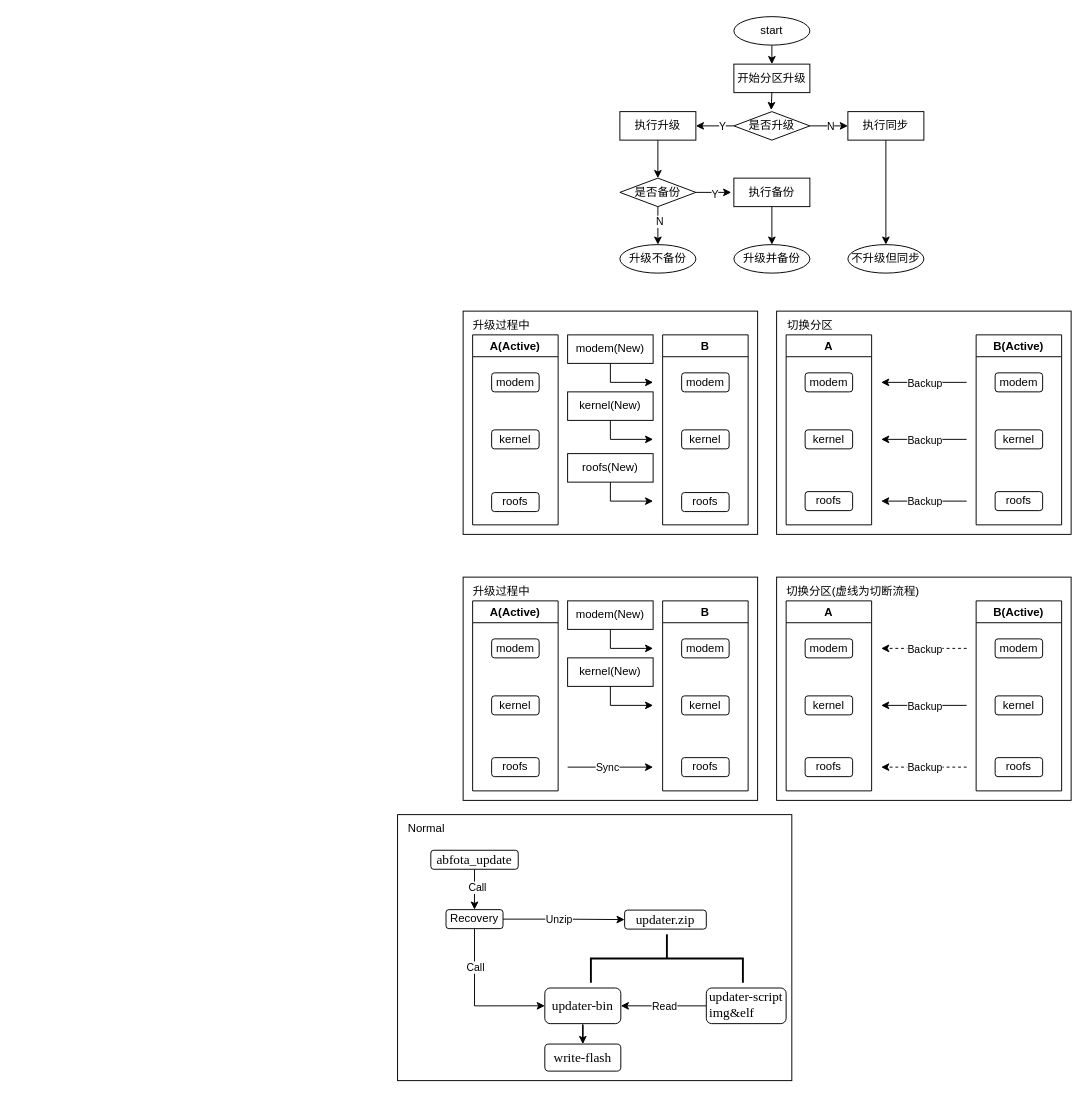
Before: Sagemcom AB升级定制.drawio in chenxiahuaxu/drawio-app-data, a draw.io diagram. Source tidied: cells renumbered, new cells numbered last; positions are measured from the earlier drawing's top-left corner, leaving out a move shared by most shapes. Both pictures are drawn from the tidied source at 95%, with x=0, y=0 at pixel (397, 16).
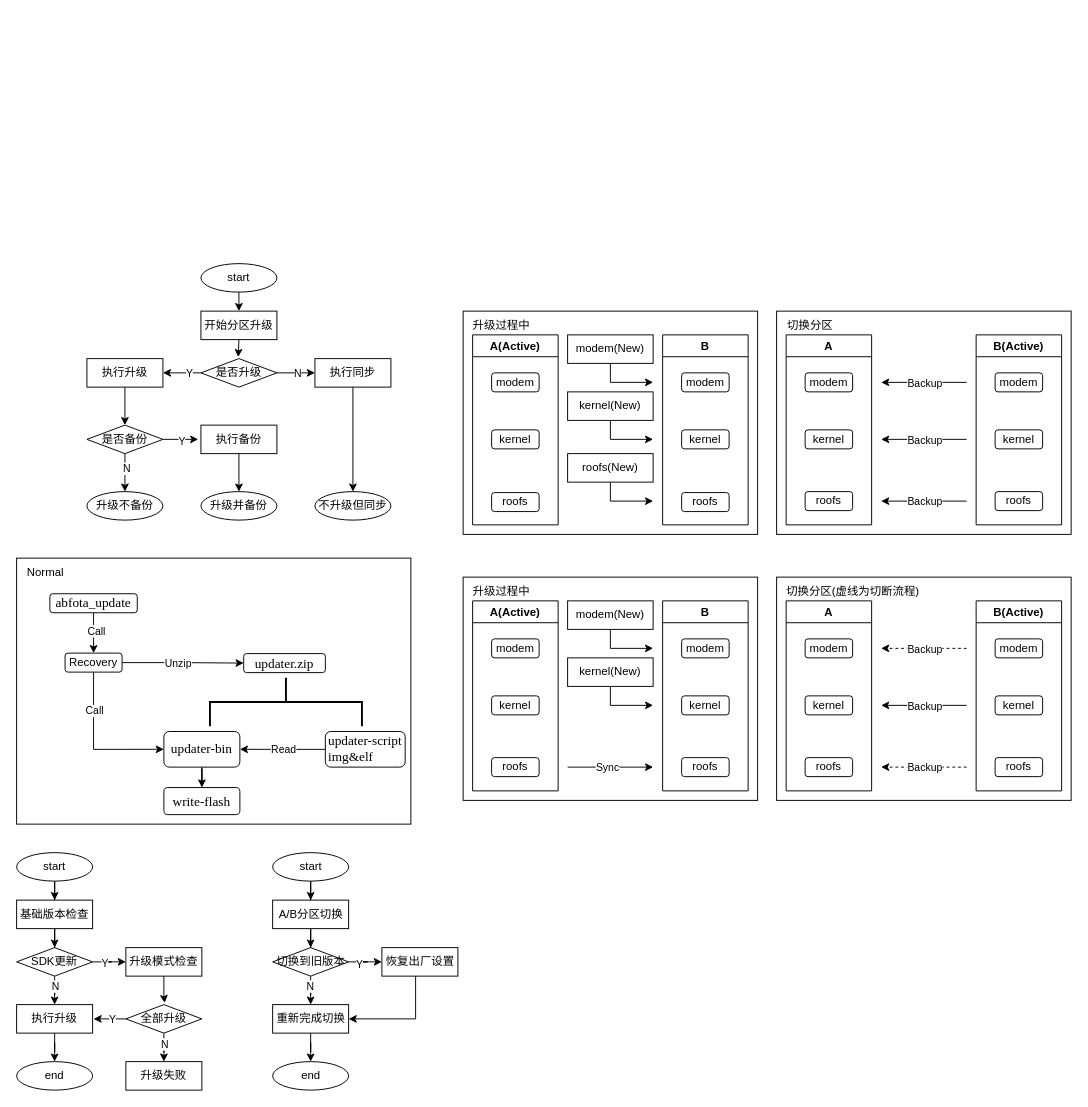
Above is the later version.

Commit message:
更新Sagemcom AB升级定制.drawio

Diff of the diagram source:
```diff
@@
     <mxCell id="4" value="start" style="ellipse;whiteSpace=wrap;html=1;" parent="1" vertex="1">
-      <mxGeometry x="354" width="80" height="30" as="geometry" />
+      <mxGeometry x="-207" y="260" width="80" height="30" as="geometry" />
     </mxCell>
     <mxCell id="5" value="开始分区升级" style="rounded=0;whiteSpace=wrap;html=1;" parent="1" vertex="1">
-      <mxGeometry x="354" y="50" width="80" height="30" as="geometry" />
+      <mxGeometry x="-207" y="310" width="80" height="30" as="geometry" />
     </mxCell>
@@
     <mxCell id="10" value="是否升级" style="rhombus;whiteSpace=wrap;html=1;" parent="1" vertex="1">
-      <mxGeometry x="354" y="100" width="80" height="30" as="geometry" />
+      <mxGeometry x="-207" y="360" width="80" height="30" as="geometry" />
     </mxCell>
@@
     <mxCell id="12" value="执行升级" style="rounded=0;whiteSpace=wrap;html=1;" parent="1" vertex="1">
-      <mxGeometry x="234" y="100" width="80" height="30" as="geometry" />
+      <mxGeometry x="-327" y="360" width="80" height="30" as="geometry" />
     </mxCell>
@@
     <mxCell id="15" value="是否备份" style="rhombus;whiteSpace=wrap;html=1;" parent="1" vertex="1">
-      <mxGeometry x="234" y="170" width="80" height="30" as="geometry" />
+      <mxGeometry x="-327" y="430" width="80" height="30" as="geometry" />
     </mxCell>
     <mxCell id="16" value="执行备份" style="rounded=0;whiteSpace=wrap;html=1;" parent="1" vertex="1">
-      <mxGeometry x="354" y="170" width="80" height="30" as="geometry" />
+      <mxGeometry x="-207" y="430" width="80" height="30" as="geometry" />
     </mxCell>
@@
     <mxCell id="18" value="执行同步" style="rounded=0;whiteSpace=wrap;html=1;" parent="1" vertex="1">
-      <mxGeometry x="474" y="100" width="80" height="30" as="geometry" />
+      <mxGeometry x="-87" y="360" width="80" height="30" as="geometry" />
     </mxCell>
     <mxCell id="19" value="升级不备份" style="ellipse;whiteSpace=wrap;html=1;" parent="1" vertex="1">
-      <mxGeometry x="234" y="240" width="80" height="30" as="geometry" />
+      <mxGeometry x="-327" y="500" width="80" height="30" as="geometry" />
     </mxCell>
     <mxCell id="20" value="升级并备份" style="ellipse;whiteSpace=wrap;html=1;" parent="1" vertex="1">
-      <mxGeometry x="354" y="240" width="80" height="30" as="geometry" />
+      <mxGeometry x="-207" y="500" width="80" height="30" as="geometry" />
     </mxCell>
     <mxCell id="21" value="不升级但同步" style="ellipse;whiteSpace=wrap;html=1;" parent="1" vertex="1">
-      <mxGeometry x="474" y="240" width="80" height="30" as="geometry" />
+      <mxGeometry x="-87" y="500" width="80" height="30" as="geometry" />
     </mxCell>
@@
     <mxCell id="55" style="rounded=0;whiteSpace=wrap;html=1;" parent="1" vertex="1">
-      <mxGeometry y="840" width="415" height="280" as="geometry" />
+      <mxGeometry x="-401" y="570" width="415" height="280" as="geometry" />
     </mxCell>
@@
     <mxCell id="58" style="edgeStyle=orthogonalEdgeStyle;rounded=0;jettySize=auto;html=1;entryX=0;entryY=0.5;entryDx=0;entryDy=0;" parent="1" edge="1" source="60" target="66">
       <mxGeometry relative="1" as="geometry">
         <Array as="points">
-          <mxPoint x="81" y="1041" />
-          <mxPoint x="155" y="1041" />
+          <mxPoint x="-320" y="771" />
+          <mxPoint x="-246" y="771" />
         </Array>
       </mxGeometry>
     </mxCell>
@@
     <mxCell id="60" value="Recovery" style="rounded=1;whiteSpace=wrap;html=1;" parent="1" vertex="1">
-      <mxGeometry x="51" y="940" width="60" height="20" as="geometry" />
+      <mxGeometry x="-350" y="670" width="60" height="20" as="geometry" />
     </mxCell>
@@
     <mxCell id="63" value="&lt;p style=&quot;margin: 0pt 0pt 0.0001pt; text-align: justify; font-family: &amp;quot;Times New Roman&amp;quot;; font-size: 10.5pt;&quot; class=&quot;MsoNormal&quot;&gt;&lt;span style=&quot;font-family: 宋体; font-size: 10.5pt;&quot;&gt;&lt;font face=&quot;Times New Roman&quot;&gt;updater-&lt;/font&gt;&lt;/span&gt;&lt;span style=&quot;font-size: 10.5pt; background-color: initial;&quot;&gt;script&lt;br&gt;img&amp;amp;elf&lt;/span&gt;&lt;/p&gt;" style="rounded=1;whiteSpace=wrap;html=1;" parent="1" vertex="1">
-      <mxGeometry x="325" y="1022.5" width="84" height="37.5" as="geometry" />
+      <mxGeometry x="-76" y="752.5" width="84" height="37.5" as="geometry" />
     </mxCell>
     <mxCell id="64" value="&lt;p style=&quot;margin: 0pt 0pt 0.0001pt; text-align: justify; font-family: &amp;quot;Times New Roman&amp;quot;; font-size: 10.5pt;&quot; class=&quot;MsoNormal&quot;&gt;&lt;span style=&quot;font-family: 宋体; font-size: 10.5pt;&quot;&gt;&lt;font face=&quot;Times New Roman&quot;&gt;updater.zip&lt;/font&gt;&lt;/span&gt;&lt;/p&gt;" style="rounded=1;whiteSpace=wrap;html=1;" parent="1" vertex="1">
-      <mxGeometry x="239" y="940.5" width="86" height="20" as="geometry" />
+      <mxGeometry x="-162" y="670.5" width="86" height="20" as="geometry" />
     </mxCell>
@@
     <mxCell id="66" value="&lt;p style=&quot;margin: 0pt 0pt 0.0001pt; text-align: justify; font-family: &amp;quot;Times New Roman&amp;quot;; font-size: 10.5pt;&quot; class=&quot;MsoNormal&quot;&gt;&lt;span style=&quot;font-family: 宋体; font-size: 10.5pt;&quot;&gt;&lt;font face=&quot;Times New Roman&quot;&gt;updater-bin&lt;/font&gt;&lt;/span&gt;&lt;/p&gt;" style="rounded=1;whiteSpace=wrap;html=1;" parent="1" vertex="1">
-      <mxGeometry x="155" y="1022.5" width="80" height="37.5" as="geometry" />
+      <mxGeometry x="-246" y="752.5" width="80" height="37.5" as="geometry" />
     </mxCell>
     <mxCell id="67" style="strokeWidth=2;html=1;shape=mxgraph.flowchart.annotation_2;align=left;labelPosition=right;rotation=90;" parent="1" vertex="1">
-      <mxGeometry x="258" y="911.5" width="51" height="160" as="geometry" />
+      <mxGeometry x="-143" y="641.5" width="51" height="160" as="geometry" />
     </mxCell>
     <mxCell id="68" value="Normal" style="text;html=1;align=center;verticalAlign=middle;strokeColor=none;fillColor=none;" parent="1" vertex="1">
-      <mxGeometry y="840" width="60" height="30" as="geometry" />
+      <mxGeometry x="-401" y="570" width="60" height="30" as="geometry" />
     </mxCell>
@@
     <mxCell id="71" value="&lt;p style=&quot;margin: 0pt 0pt 0.0001pt; text-align: justify;&quot; class=&quot;MsoNormal&quot;&gt;&lt;font face=&quot;Times New Roman&quot;&gt;&lt;span style=&quot;font-size: 14px;&quot;&gt;abfota_update&lt;/span&gt;&lt;/font&gt;&lt;br&gt;&lt;/p&gt;" style="rounded=1;whiteSpace=wrap;html=1;" parent="1" vertex="1">
-      <mxGeometry x="35" y="877.5" width="92" height="20" as="geometry" />
+      <mxGeometry x="-366" y="607.5" width="92" height="20" as="geometry" />
     </mxCell>
     <mxCell id="72" value="&lt;p style=&quot;margin: 0pt 0pt 0.0001pt; text-align: justify; font-family: &amp;quot;Times New Roman&amp;quot;; font-size: 10.5pt;&quot; class=&quot;MsoNormal&quot;&gt;&lt;span style=&quot;font-family: 宋体; font-size: 10.5pt;&quot;&gt;&lt;font face=&quot;Times New Roman&quot;&gt;write-flash&lt;/font&gt;&lt;/span&gt;&lt;/p&gt;" style="rounded=1;whiteSpace=wrap;html=1;" parent="1" vertex="1">
-      <mxGeometry x="155" y="1081.5" width="80" height="28.5" as="geometry" />
+      <mxGeometry x="-246" y="811.5" width="80" height="28.5" as="geometry" />
     </mxCell>
@@
+    <mxCell id="107" style="edgeStyle=orthogonalEdgeStyle;rounded=0;jettySize=auto;html=1;entryX=0.5;entryY=0;entryDx=0;entryDy=0;" parent="1" edge="1" source="108" target="110">
+      <mxGeometry relative="1" as="geometry" />
+    </mxCell>
+    <mxCell id="108" value="start" style="ellipse;whiteSpace=wrap;html=1;" parent="1" vertex="1">
+      <mxGeometry x="-401" y="880" width="80" height="30" as="geometry" />
+    </mxCell>
+    <mxCell id="109" style="edgeStyle=orthogonalEdgeStyle;rounded=0;jettySize=auto;html=1;entryX=0.5;entryY=0;entryDx=0;entryDy=0;" parent="1" edge="1" source="110" target="115">
+      <mxGeometry relative="1" as="geometry" />
+    </mxCell>
+    <mxCell id="110" value="基础版本检查" style="rounded=0;whiteSpace=wrap;html=1;" parent="1" vertex="1">
+      <mxGeometry x="-401" y="930" width="80" height="30" as="geometry" />
+    </mxCell>
+    <mxCell id="111" style="edgeStyle=orthogonalEdgeStyle;rounded=0;jettySize=auto;html=1;entryX=0.5;entryY=0;entryDx=0;entryDy=0;" parent="1" edge="1" source="115" target="118">
+      <mxGeometry relative="1" as="geometry" />
+    </mxCell>
+    <mxCell id="112" value="N" style="edgeLabel;html=1;align=center;verticalAlign=middle;" parent="111" vertex="1">
+      <mxGeometry x="-0.61" relative="1" as="geometry" />
+    </mxCell>
+    <mxCell id="113" style="edgeStyle=orthogonalEdgeStyle;rounded=0;jettySize=auto;html=1;entryX=0;entryY=0.5;entryDx=0;entryDy=0;" parent="1" edge="1" source="115" target="116">
+      <mxGeometry relative="1" as="geometry" />
+    </mxCell>
+    <mxCell id="114" value="Y" style="edgeLabel;html=1;align=center;verticalAlign=middle;" parent="113" vertex="1">
+      <mxGeometry x="-0.46" y="-1" relative="1" as="geometry" />
+    </mxCell>
+    <mxCell id="115" value="SDK更新" style="rhombus;whiteSpace=wrap;html=1;" parent="1" vertex="1">
+      <mxGeometry x="-401" y="980" width="80" height="30" as="geometry" />
+    </mxCell>
+    <mxCell id="116" value="升级模式检查" style="rounded=0;whiteSpace=wrap;html=1;" parent="1" vertex="1">
+      <mxGeometry x="-286" y="980" width="80" height="30" as="geometry" />
+    </mxCell>
+    <mxCell id="117" style="edgeStyle=orthogonalEdgeStyle;rounded=0;jettySize=auto;html=1;entryX=0.5;entryY=0;entryDx=0;entryDy=0;" parent="1" edge="1" source="118" target="125">
+      <mxGeometry relative="1" as="geometry" />
+    </mxCell>
+    <mxCell id="118" value="执行升级" style="rounded=0;whiteSpace=wrap;html=1;" parent="1" vertex="1">
+      <mxGeometry x="-401" y="1040" width="80" height="30" as="geometry" />
+    </mxCell>
+    <mxCell id="119" style="edgeStyle=orthogonalEdgeStyle;rounded=0;jettySize=auto;html=1;" parent="1" edge="1" source="123">
+      <mxGeometry relative="1" as="geometry">
+        <mxPoint x="-320" y="1055" as="targetPoint" />
+      </mxGeometry>
+    </mxCell>
+    <mxCell id="120" value="Y" style="edgeLabel;html=1;align=center;verticalAlign=middle;" parent="119" vertex="1">
+      <mxGeometry x="-0.13" relative="1" as="geometry" />
+    </mxCell>
+    <mxCell id="121" style="edgeStyle=orthogonalEdgeStyle;rounded=0;jettySize=auto;html=1;" parent="1" edge="1" source="123" target="124">
+      <mxGeometry relative="1" as="geometry" />
+    </mxCell>
+    <mxCell id="122" value="N" style="edgeLabel;html=1;align=center;verticalAlign=middle;" parent="121" vertex="1">
+      <mxGeometry x="0.17" relative="1" as="geometry" />
+    </mxCell>
+    <mxCell id="123" value="全部升级" style="rhombus;whiteSpace=wrap;html=1;" parent="1" vertex="1">
+      <mxGeometry x="-286" y="1040" width="80" height="30" as="geometry" />
+    </mxCell>
+    <mxCell id="124" value="升级失败" style="rounded=0;whiteSpace=wrap;html=1;" parent="1" vertex="1">
+      <mxGeometry x="-286" y="1100" width="80" height="30" as="geometry" />
+    </mxCell>
+    <mxCell id="125" value="end" style="ellipse;whiteSpace=wrap;html=1;" parent="1" vertex="1">
+      <mxGeometry x="-401" y="1100" width="80" height="30" as="geometry" />
+    </mxCell>
+    <mxCell id="126" style="edgeStyle=orthogonalEdgeStyle;rounded=0;jettySize=auto;html=1;entryX=0.511;entryY=-0.059;entryDx=0;entryDy=0;entryPerimeter=0;" parent="1" edge="1" source="116" target="123">
+      <mxGeometry relative="1" as="geometry" />
+    </mxCell>
+    <mxCell id="127" style="edgeStyle=orthogonalEdgeStyle;rounded=0;jettySize=auto;html=1;entryX=0.5;entryY=0;entryDx=0;entryDy=0;" parent="1" edge="1" source="128" target="130">
+      <mxGeometry relative="1" as="geometry" />
+    </mxCell>
+    <mxCell id="128" value="start" style="ellipse;whiteSpace=wrap;html=1;" parent="1" vertex="1">
+      <mxGeometry x="-131.5" y="880" width="80" height="30" as="geometry" />
+    </mxCell>
+    <mxCell id="129" style="edgeStyle=orthogonalEdgeStyle;rounded=0;jettySize=auto;html=1;entryX=0.5;entryY=0;entryDx=0;entryDy=0;" parent="1" edge="1" source="130" target="135">
+      <mxGeometry relative="1" as="geometry" />
+    </mxCell>
+    <mxCell id="130" value="A/B分区切换" style="rounded=0;whiteSpace=wrap;html=1;" parent="1" vertex="1">
+      <mxGeometry x="-131.5" y="930" width="80" height="30" as="geometry" />
+    </mxCell>
+    <mxCell id="131" style="edgeStyle=orthogonalEdgeStyle;rounded=0;jettySize=auto;html=1;" parent="1" edge="1" source="135" target="140">
+      <mxGeometry relative="1" as="geometry" />
+    </mxCell>
+    <mxCell id="132" value="Y" style="edgeLabel;html=1;align=center;verticalAlign=middle;" parent="131" vertex="1">
+      <mxGeometry x="-0.5" y="-2" relative="1" as="geometry" />
+    </mxCell>
+    <mxCell id="133" style="edgeStyle=orthogonalEdgeStyle;rounded=0;jettySize=auto;html=1;entryX=0.5;entryY=0;entryDx=0;entryDy=0;" parent="1" edge="1" source="135" target="137">
+      <mxGeometry relative="1" as="geometry" />
+    </mxCell>
+    <mxCell id="134" value="N" style="edgeLabel;html=1;align=center;verticalAlign=middle;" parent="133" vertex="1">
+      <mxGeometry x="-0.6" y="-1" relative="1" as="geometry" />
+    </mxCell>
+    <mxCell id="135" value="切换到旧版本" style="rhombus;whiteSpace=wrap;html=1;" parent="1" vertex="1">
+      <mxGeometry x="-131.5" y="980" width="80" height="30" as="geometry" />
+    </mxCell>
+    <mxCell id="136" style="edgeStyle=orthogonalEdgeStyle;rounded=0;jettySize=auto;html=1;" parent="1" edge="1" source="137" target="138">
+      <mxGeometry relative="1" as="geometry" />
+    </mxCell>
+    <mxCell id="137" value="重新完成切换" style="rounded=0;whiteSpace=wrap;html=1;" parent="1" vertex="1">
+      <mxGeometry x="-131.5" y="1040" width="80" height="30" as="geometry" />
+    </mxCell>
+    <mxCell id="138" value="end" style="ellipse;whiteSpace=wrap;html=1;" parent="1" vertex="1">
+      <mxGeometry x="-131.5" y="1100" width="80" height="30" as="geometry" />
+    </mxCell>
+    <mxCell id="139" style="edgeStyle=orthogonalEdgeStyle;rounded=0;jettySize=auto;html=1;entryX=1;entryY=0.5;entryDx=0;entryDy=0;" parent="1" edge="1" source="140" target="137">
+      <mxGeometry relative="1" as="geometry">
+        <Array as="points">
+          <mxPoint x="19" y="1055" />
+        </Array>
+      </mxGeometry>
+    </mxCell>
+    <mxCell id="140" value="恢复出厂设置" style="rounded=0;whiteSpace=wrap;html=1;" parent="1" vertex="1">
+      <mxGeometry x="-16.5" y="980" width="80" height="30" as="geometry" />
+    </mxCell>
```
